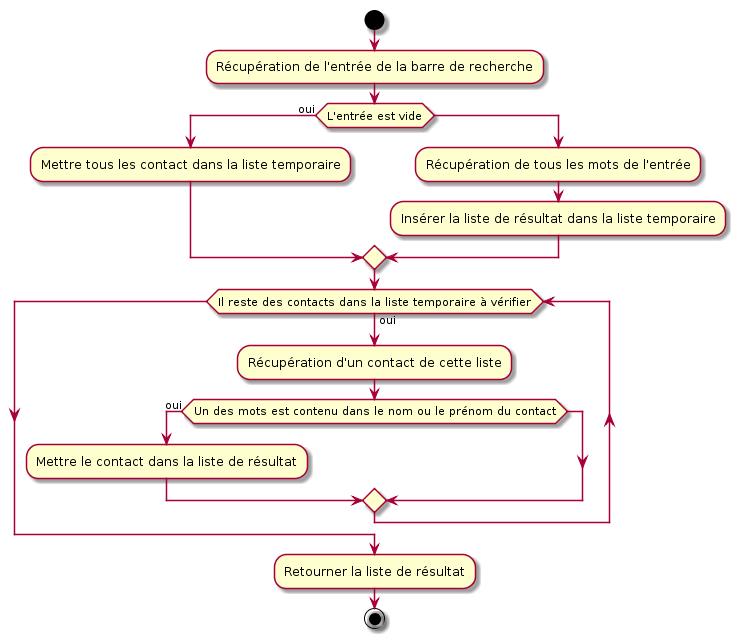
This is rapport/img/activity_retrieve_better.png from kekev76/RapportStage, a PlantUML export, as it was before one commit.
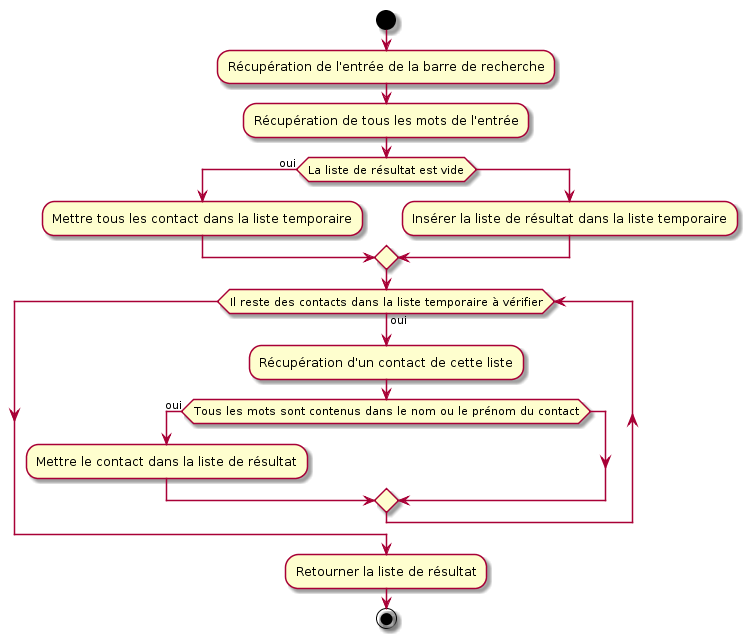
Above is the later version.

The edit, as a diff of the source:
```diff
@@ -3,16 +3,16 @@
 start
 
 :Récupération de l'entrée de la barre de recherche;
+:Récupération de tous les mots de l'entrée;
 
-if(L'entrée est vide) then (oui)
+if(La liste de résultat est vide) then (oui)
 	:Mettre tous les contact dans la liste temporaire;
 else
-	:Récupération de tous les mots de l'entrée;
 	:Insérer la liste de résultat dans la liste temporaire;
 endif
 while (Il reste des contacts dans la liste temporaire à vérifier) is (oui)
 	:Récupération d'un contact de cette liste;
-	if (Un des mots est contenu dans le nom ou le prénom du contact) then (oui)
+	if (Tous les mots sont contenus dans le nom ou le prénom du contact) then (oui)
 		:Mettre le contact dans la liste de résultat;
 	endif
 endwhile
```
